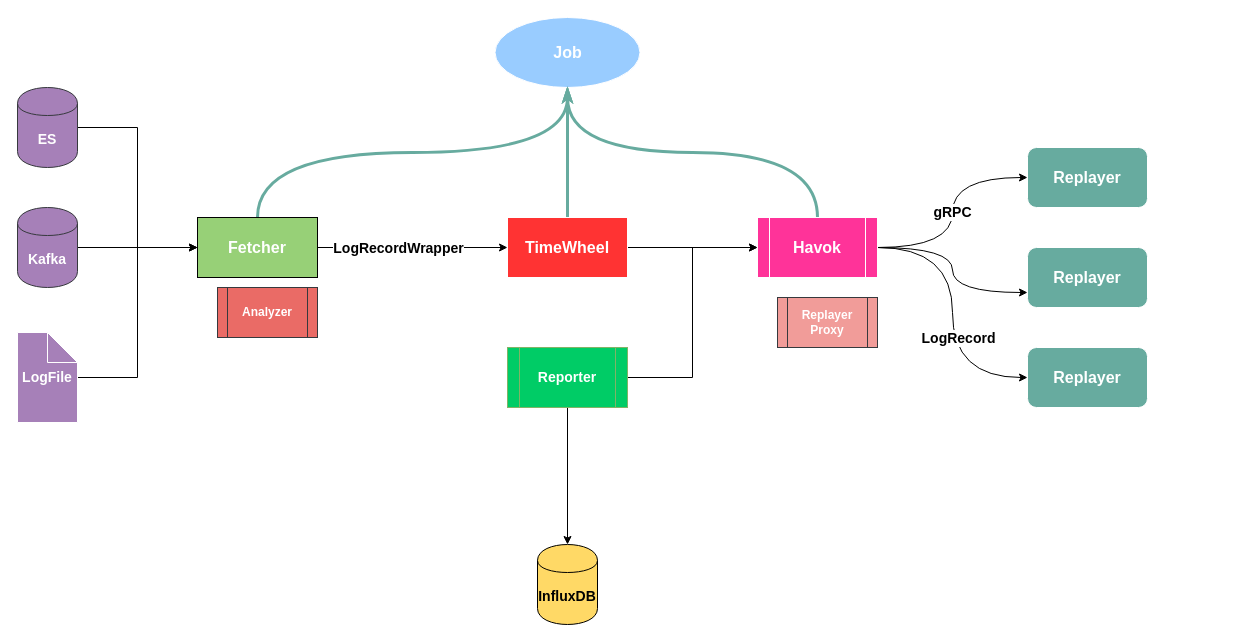
Before: havok.drawio in unmurphy/redmine, a draw.io diagram. Source tidied: cells renumbered, new cells numbered last; positions are measured from the earlier drawing's top-left corner, leaving out a move shared by most shapes. Both pictures are drawn from the tidied source at 100%, with x=0, y=0 at pixel (17, 17).
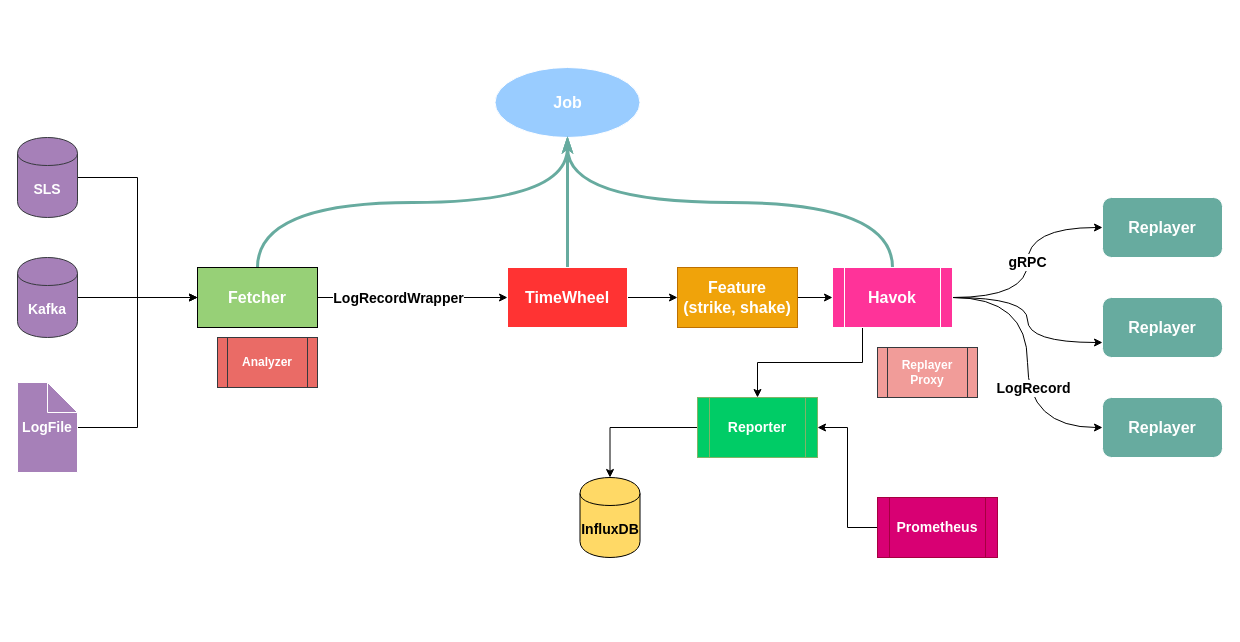
Above is the later version.

Change to the diagram source:
```diff
@@
-    <mxCell id="4" style="edgeStyle=orthogonalEdgeStyle;rounded=0;html=1;entryX=0;entryY=0.5;jettySize=auto;" parent="1" edge="1" source="6" target="16">
-      <mxGeometry relative="1" as="geometry" />
-    </mxCell>
@@
+    <mxCell id="32" style="edgeStyle=orthogonalEdgeStyle;rounded=0;jettySize=auto;html=1;entryX=0;entryY=0.5;entryDx=0;entryDy=0;" parent="1" edge="1" source="6" target="37">
+      <mxGeometry relative="1" as="geometry" />
+    </mxCell>
     <mxCell id="6" value="&lt;font style=&quot;font-size: 16px&quot; color=&quot;#ffffff&quot;&gt;&lt;b&gt;TimeWheel&lt;/b&gt;&lt;/font&gt;" style="rounded=0;whiteSpace=wrap;html=1;strokeColor=#FFFFFF;fillColor=#FF3333;" parent="1" vertex="1">
-      <mxGeometry x="490" y="200" width="120" height="60" as="geometry" />
+      <mxGeometry x="490" y="250" width="120" height="60" as="geometry" />
     </mxCell>
@@
-    <mxCell id="8" value="&lt;font style=&quot;font-size: 14px&quot; color=&quot;#ffffff&quot;&gt;&lt;b&gt;ES&lt;/b&gt;&lt;/font&gt;" style="shape=cylinder;whiteSpace=wrap;html=1;boundedLbl=1;backgroundOutline=1;strokeColor=#36393d;fillColor=#A680B8;" parent="1" vertex="1">
-      <mxGeometry y="70" width="60" height="80" as="geometry" />
+    <mxCell id="8" value="&lt;font color=&quot;#ffffff&quot;&gt;&lt;span style=&quot;font-size: 14px&quot;&gt;&lt;b&gt;SLS&lt;/b&gt;&lt;/span&gt;&lt;/font&gt;" style="shape=cylinder;whiteSpace=wrap;html=1;boundedLbl=1;backgroundOutline=1;strokeColor=#36393d;fillColor=#A680B8;" parent="1" vertex="1">
+      <mxGeometry y="120" width="60" height="80" as="geometry" />
     </mxCell>
@@
     <mxCell id="10" value="&lt;font color=&quot;#ffffff&quot;&gt;&lt;span style=&quot;font-size: 14px&quot;&gt;&lt;b&gt;Kafka&lt;/b&gt;&lt;/span&gt;&lt;/font&gt;" style="shape=cylinder;whiteSpace=wrap;html=1;boundedLbl=1;backgroundOutline=1;strokeColor=#36393d;fillColor=#A680B8;" parent="1" vertex="1">
-      <mxGeometry y="190" width="60" height="80" as="geometry" />
+      <mxGeometry y="240" width="60" height="80" as="geometry" />
     </mxCell>
@@
+    <mxCell id="33" style="edgeStyle=orthogonalEdgeStyle;rounded=0;jettySize=auto;html=1;exitX=0.25;exitY=1;exitDx=0;exitDy=0;entryX=0.5;entryY=0;entryDx=0;entryDy=0;" parent="1" edge="1" source="16" target="30">
+      <mxGeometry relative="1" as="geometry" />
+    </mxCell>
     <mxCell id="16" value="&lt;font style=&quot;font-size: 16px&quot; color=&quot;#ffffff&quot;&gt;&lt;b&gt;Havok&lt;/b&gt;&lt;/font&gt;" style="shape=process;whiteSpace=wrap;html=1;backgroundOutline=1;strokeColor=#FFFFFF;fillColor=#FF3399;" parent="1" vertex="1">
-      <mxGeometry x="740" y="200" width="120" height="60" as="geometry" />
+      <mxGeometry x="815" y="250" width="120" height="60" as="geometry" />
     </mxCell>
     <mxCell id="17" value="&lt;font color=&quot;#ffffff&quot; style=&quot;font-size: 16px&quot;&gt;&lt;b&gt;Replayer&lt;/b&gt;&lt;/font&gt;" style="rounded=1;whiteSpace=wrap;html=1;strokeColor=#FFFFFF;fillColor=#67AB9F;" parent="1" vertex="1">
-      <mxGeometry x="1010" y="130" width="120" height="60" as="geometry" />
+      <mxGeometry x="1085" y="180" width="120" height="60" as="geometry" />
     </mxCell>
     <mxCell id="18" value="&lt;font color=&quot;#ffffff&quot; style=&quot;font-size: 16px&quot;&gt;&lt;b&gt;Replayer&lt;/b&gt;&lt;/font&gt;" style="rounded=1;whiteSpace=wrap;html=1;strokeColor=#FFFFFF;fillColor=#67AB9F;" parent="1" vertex="1">
-      <mxGeometry x="1010" y="330" width="120" height="60" as="geometry" />
+      <mxGeometry x="1085" y="380" width="120" height="60" as="geometry" />
     </mxCell>
     <mxCell id="19" value="&lt;font color=&quot;#ffffff&quot; style=&quot;font-size: 16px&quot;&gt;&lt;b&gt;Replayer&lt;/b&gt;&lt;/font&gt;" style="rounded=1;whiteSpace=wrap;html=1;strokeColor=#FFFFFF;fillColor=#67AB9F;" parent="1" vertex="1">
-      <mxGeometry x="1010" y="230" width="120" height="60" as="geometry" />
+      <mxGeometry x="1085" y="280" width="120" height="60" as="geometry" />
     </mxCell>
     <mxCell id="20" value="&lt;font color=&quot;#ffffff&quot;&gt;&lt;b&gt;Replayer Proxy&lt;/b&gt;&lt;/font&gt;" style="shape=process;whiteSpace=wrap;html=1;backgroundOutline=1;fillColor=#F19C99;strokeColor=#36393d;" parent="1" vertex="1">
-      <mxGeometry x="760" y="280" width="100" height="50" as="geometry" />
+      <mxGeometry x="860" y="330" width="100" height="50" as="geometry" />
     </mxCell>
     <mxCell id="21" value="&lt;font style=&quot;font-size: 16px&quot; color=&quot;#ffffff&quot;&gt;&lt;b&gt;Job&lt;/b&gt;&lt;/font&gt;" style="ellipse;whiteSpace=wrap;html=1;strokeColor=#FFFFFF;fillColor=#99CCFF;gradientColor=none;" parent="1" vertex="1">
-      <mxGeometry x="477.5" width="145" height="70" as="geometry" />
+      <mxGeometry x="477.5" y="50" width="145" height="70" as="geometry" />
     </mxCell>
@@
     <mxCell id="23" style="group;" parent="1" vertex="1">
-      <mxGeometry x="180" y="200" width="120" height="120" as="geometry" />
+      <mxGeometry x="180" y="250" width="120" height="120" as="geometry" />
     </mxCell>
@@
     <mxCell id="27" value="&lt;font style=&quot;font-size: 14px&quot; color=&quot;#ffffff&quot;&gt;&lt;b&gt;LogFile&lt;/b&gt;&lt;/font&gt;" style="shape=note;whiteSpace=wrap;html=1;backgroundOutline=1;strokeColor=#FFFFFF;fillColor=#A680B8;gradientColor=none;" parent="1" vertex="1">
-      <mxGeometry y="315" width="60" height="90" as="geometry" />
+      <mxGeometry y="365" width="60" height="90" as="geometry" />
     </mxCell>
-    <mxCell id="28" style="edgeStyle=orthogonalEdgeStyle;rounded=0;html=1;entryX=0;entryY=0.5;jettySize=auto;" parent="1" edge="1" source="30" target="16">
-      <mxGeometry relative="1" as="geometry" />
-    </mxCell>
@@
     <mxCell id="30" value="&lt;font style=&quot;font-size: 14px&quot; color=&quot;#ffffff&quot;&gt;&lt;b&gt;Reporter&lt;/b&gt;&lt;/font&gt;" style="shape=process;whiteSpace=wrap;html=1;backgroundOutline=1;fillColor=#00CC66;strokeColor=#82b366;" parent="1" vertex="1">
-      <mxGeometry x="490" y="330" width="120" height="60" as="geometry" />
+      <mxGeometry x="680" y="380" width="120" height="60" as="geometry" />
     </mxCell>
     <mxCell id="31" value="&lt;font style=&quot;font-size: 14px&quot;&gt;&lt;b&gt;InfluxDB&lt;/b&gt;&lt;/font&gt;" style="shape=cylinder;whiteSpace=wrap;html=1;boundedLbl=1;backgroundOutline=1;fillColor=#FFD966;" parent="1" vertex="1">
-      <mxGeometry x="520" y="527" width="60" height="80" as="geometry" />
+      <mxGeometry x="562.5" y="460" width="60" height="80" as="geometry" />
     </mxCell>
+    <mxCell id="34" style="edgeStyle=orthogonalEdgeStyle;rounded=0;jettySize=auto;html=1;entryX=1;entryY=0.5;entryDx=0;entryDy=0;" parent="1" edge="1" source="35" target="30">
+      <mxGeometry relative="1" as="geometry" />
+    </mxCell>
+    <mxCell id="35" value="&lt;font style=&quot;font-size: 14px&quot; color=&quot;#ffffff&quot;&gt;&lt;b&gt;Prometheus&lt;/b&gt;&lt;/font&gt;" style="shape=process;whiteSpace=wrap;html=1;backgroundOutline=1;fillColor=#d80073;strokeColor=#A50040;fontColor=#ffffff;" parent="1" vertex="1">
+      <mxGeometry x="860" y="480" width="120" height="60" as="geometry" />
+    </mxCell>
+    <mxCell id="36" style="edgeStyle=orthogonalEdgeStyle;rounded=0;jettySize=auto;html=1;entryX=0;entryY=0.5;entryDx=0;entryDy=0;" parent="1" edge="1" source="37" target="16">
+      <mxGeometry relative="1" as="geometry" />
+    </mxCell>
+    <mxCell id="37" value="&lt;font style=&quot;font-size: 16px&quot; color=&quot;#ffffff&quot;&gt;&lt;b&gt;Feature&lt;br&gt;(strike, shake)&lt;br&gt;&lt;/b&gt;&lt;/font&gt;" style="rounded=0;whiteSpace=wrap;html=1;strokeColor=#BD7000;fillColor=#f0a30a;fontColor=#ffffff;" parent="1" vertex="1">
+      <mxGeometry x="660" y="250" width="120" height="60" as="geometry" />
+    </mxCell>
```
